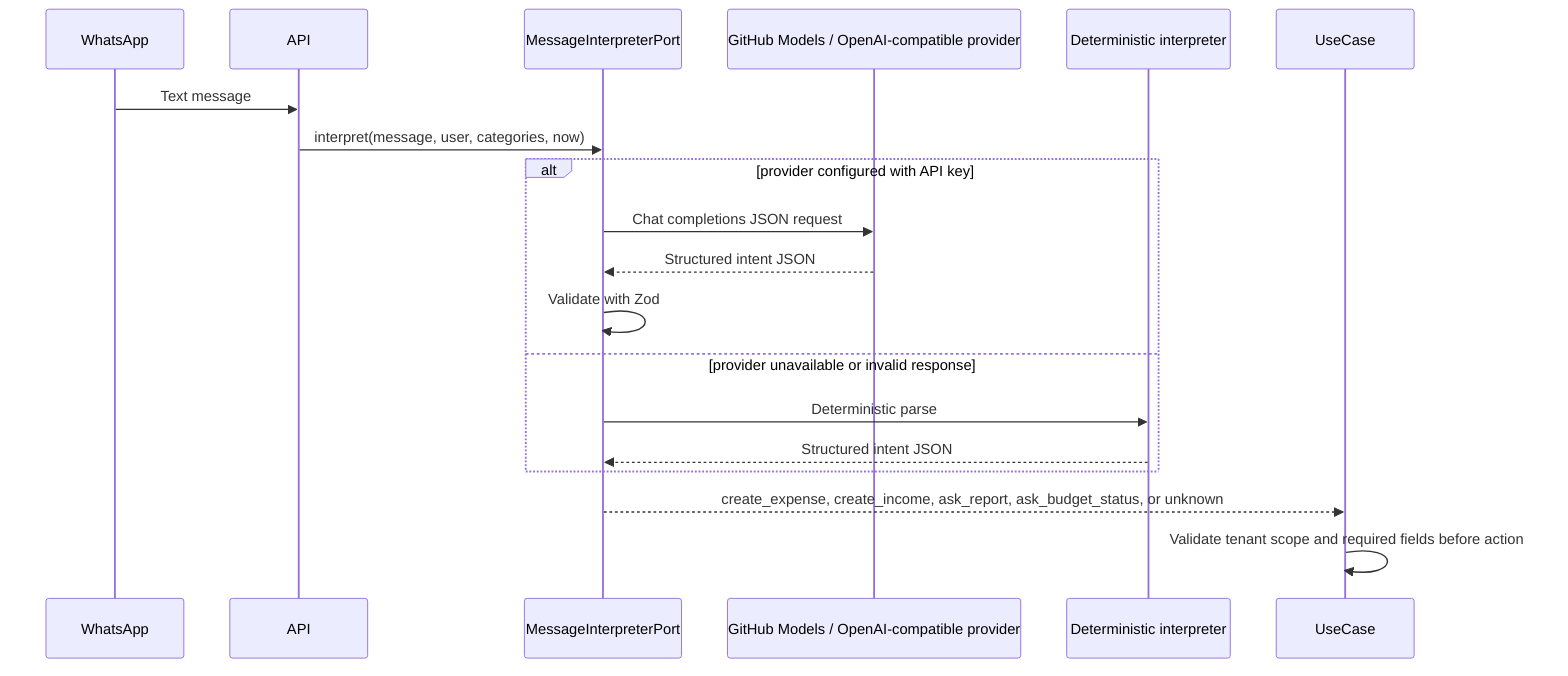
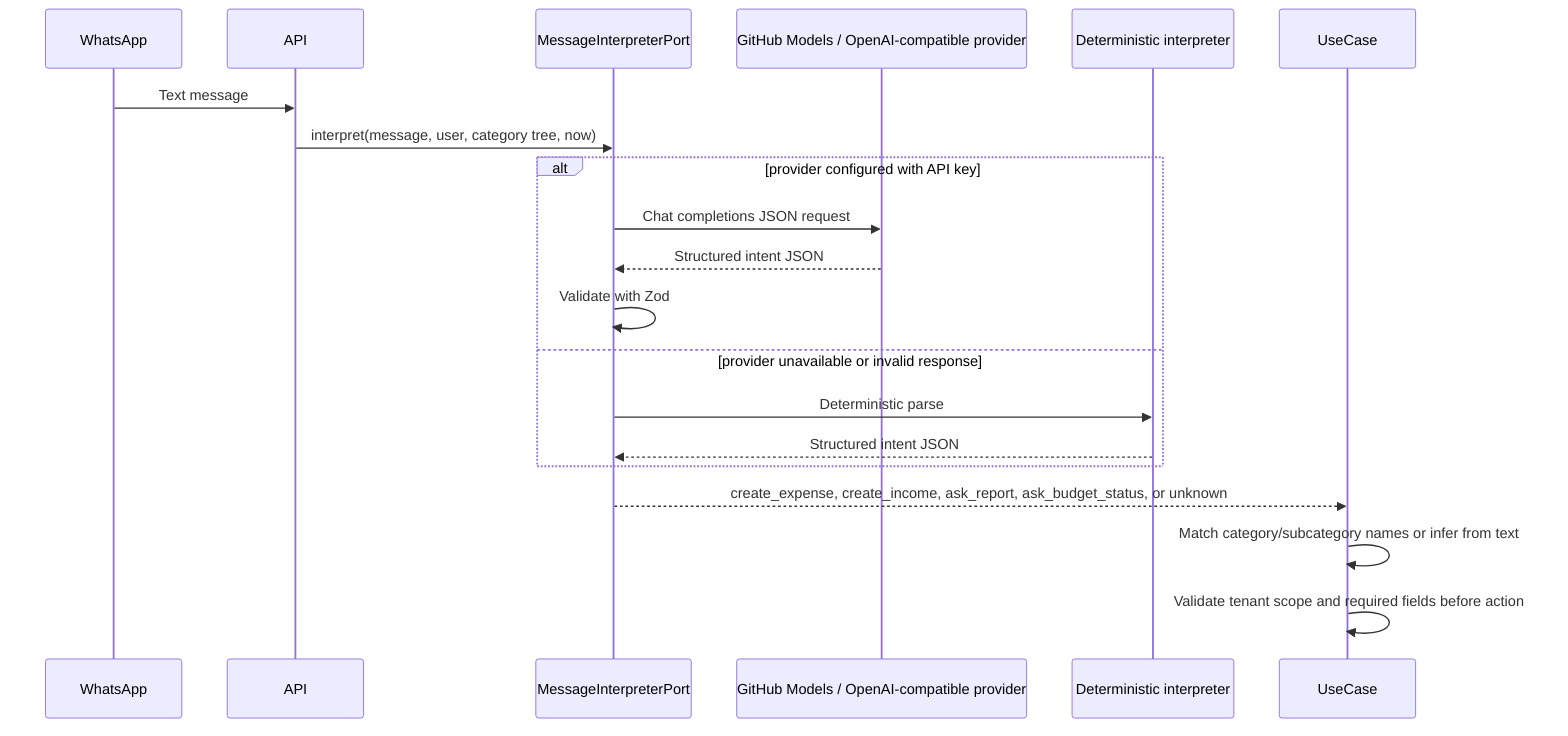
sequenceDiagram
  participant WhatsApp
  participant API
  participant Port as MessageInterpreterPort
  participant LLM as GitHub Models / OpenAI-compatible provider
  participant Fallback as Deterministic interpreter
  participant UseCase
  WhatsApp->>API: Text message
-   API->>Port: interpret(message, user, categories, now)
+   API->>Port: interpret(message, user, category tree, now)
  alt provider configured with API key
    Port->>LLM: Chat completions JSON request
    LLM-->>Port: Structured intent JSON
    Port->>Port: Validate with Zod
  else provider unavailable or invalid response
    Port->>Fallback: Deterministic parse
    Fallback-->>Port: Structured intent JSON
  end
  Port-->>UseCase: create_expense, create_income, ask_report, ask_budget_status, or unknown
+   UseCase->>UseCase: Match category/subcategory names or infer from text
  UseCase->>UseCase: Validate tenant scope and required fields before action
